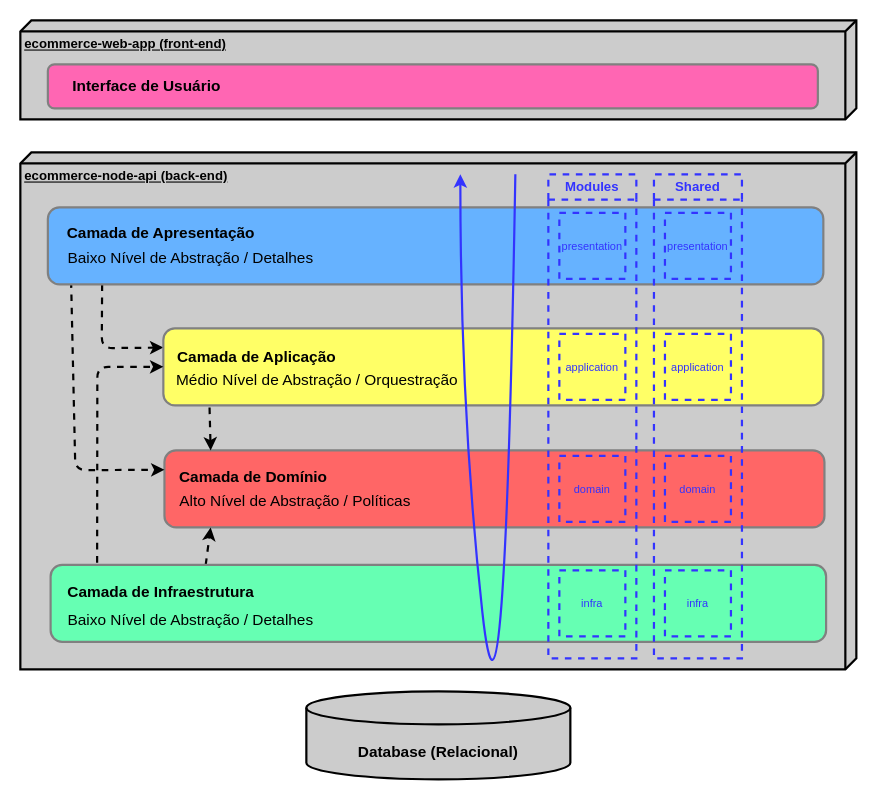
The draw.io diagram page "Arquitetura em Camadas" (1 of 2) of requirements/ecommerce-arquitetura.drawio in diegoarmandoo/ecommerce-node-api, before the edit. Source tidied: cells renumbered, new cells numbered last; positions are measured from the earlier drawing's top-left corner, leaving out a move shared by most shapes. Both pictures are drawn from the tidied source at 110%, with x=0, y=0 at pixel (20, 20).
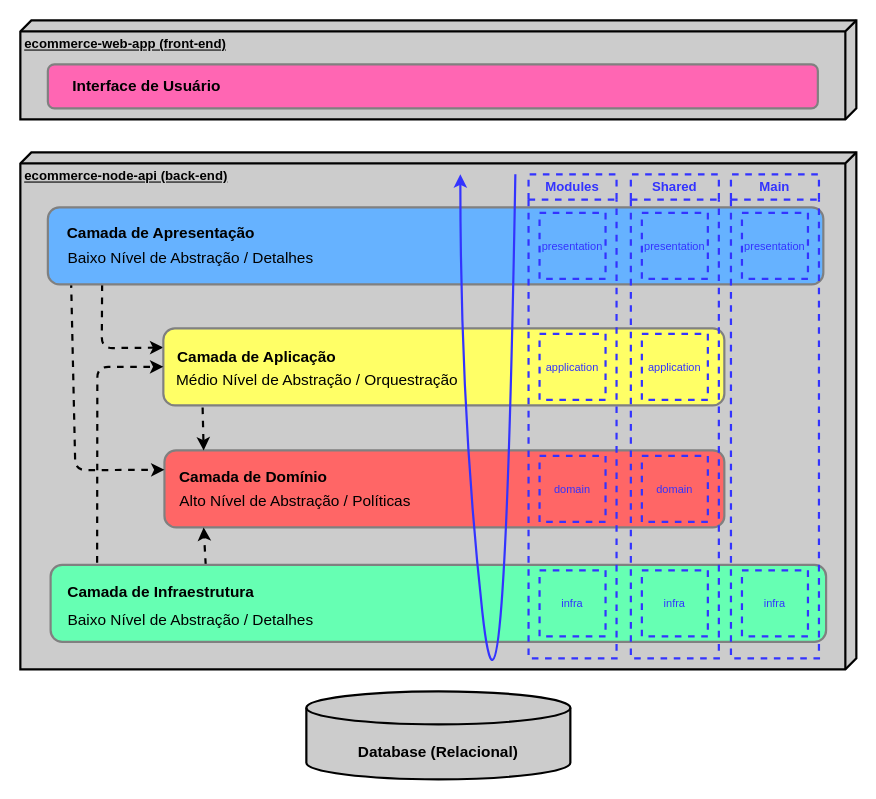
Above is the later version.

Diff of the diagram source:
```diff
@@
     <mxCell id="7" style="rounded=1;whiteSpace=wrap;html=1;strokeWidth=2;fontSize=14;fontColor=#000000;fillColor=#FF6666;strokeColor=#808080;points=[[0,0,0,0,0],[0,0.24,0,0,0],[0,0.5,0,0,0],[0,0.76,0,0,0],[0,1,0,0,0],[0.07,0,0,0,0],[0.07,1,0,0,0],[0.5,0,0,0,0],[0.5,1,0,0,0],[0.75,0,0,0,0],[0.75,1,0,0,0],[1,0,0,0,0],[1,0.26,0,0,0],[1,0.5,0,0,0],[1,0.76,0,0,0],[1,1,0,0,0]];" parent="1" vertex="1">
-      <mxGeometry x="131" y="391" width="600" height="70" as="geometry" />
+      <mxGeometry x="131" y="391" width="509" height="70" as="geometry" />
     </mxCell>
@@
     <mxCell id="16" style="rounded=1;whiteSpace=wrap;html=1;strokeWidth=2;fontSize=14;fontColor=#000000;fillColor=#FFFF66;strokeColor=#808080;points=[[0,0,0,0,0],[0,0.24,0,0,0],[0,0.5,0,0,0],[0,0.76,0,0,0],[0,1,0,0,0],[0.07,1,0,0,2],[0.25,0,0,0,0],[0.5,0,0,0,0],[0.5,1,0,0,0],[0.75,0,0,0,0],[0.75,1,0,0,0],[1,0,0,0,0],[1,0.26,0,0,0],[1,0.5,0,0,0],[1,0.76,0,0,0],[1,1,0,0,0]];" parent="1" vertex="1">
-      <mxGeometry x="130" y="280" width="600" height="70" as="geometry" />
+      <mxGeometry x="130" y="280" width="510" height="70" as="geometry" />
     </mxCell>
@@
     <mxCell id="27" value="Modules" style="swimlane;whiteSpace=wrap;html=1;startSize=23;fillColor=none;fontColor=#3333FF;strokeColor=#3333FF;dashed=1;strokeWidth=2;" parent="1" vertex="1">
-      <mxGeometry x="480" y="140" width="80" height="440" as="geometry" />
+      <mxGeometry x="462" y="140" width="80" height="440" as="geometry" />
     </mxCell>
@@
     <mxCell id="32" value="Shared" style="swimlane;whiteSpace=wrap;html=1;startSize=23;fillColor=none;fontColor=#3333FF;strokeColor=#3333FF;dashed=1;strokeWidth=2;" parent="1" vertex="1">
-      <mxGeometry x="576" y="140" width="80" height="440" as="geometry" />
+      <mxGeometry x="555" y="140" width="80" height="440" as="geometry" />
     </mxCell>
@@
+    <mxCell id="37" value="Main" style="swimlane;whiteSpace=wrap;html=1;startSize=23;fillColor=none;fontColor=#3333FF;strokeColor=#3333FF;dashed=1;strokeWidth=2;" parent="1" vertex="1">
+      <mxGeometry x="646" y="140" width="80" height="440" as="geometry" />
+    </mxCell>
+    <mxCell id="38" value="presentation" style="rounded=0;whiteSpace=wrap;html=1;dashed=1;strokeColor=#3333FF;strokeWidth=2;fontColor=#3333FF;fillColor=none;fontSize=10;" parent="37" vertex="1">
+      <mxGeometry x="10" y="35" width="60" height="60" as="geometry" />
+    </mxCell>
+    <mxCell id="39" value="infra" style="rounded=0;whiteSpace=wrap;html=1;dashed=1;strokeColor=#3333FF;strokeWidth=2;fontColor=#3333FF;fillColor=none;fontSize=10;" parent="37" vertex="1">
+      <mxGeometry x="10" y="360" width="60" height="60" as="geometry" />
+    </mxCell>
```
